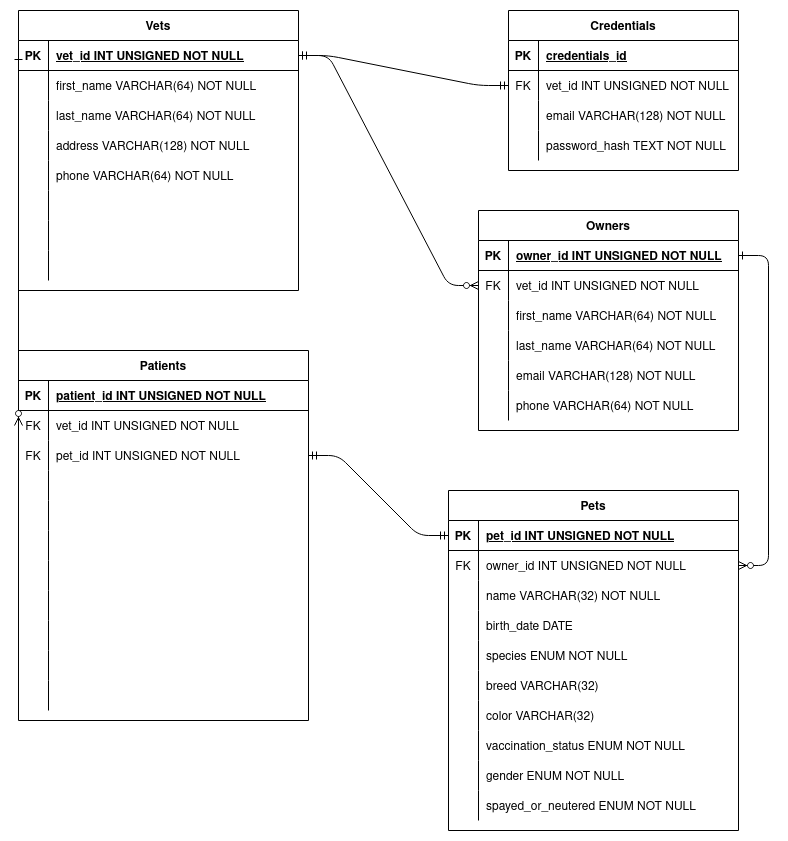
Before: vetter-entity-relationship-diagram.drawio.png, a diagram exported from draw.io (rafaelalma/vetter-client). Source tidied: cells renumbered, new cells last; positions are measured from the earlier drawing's top-left corner, leaving out a move shared by most shapes.
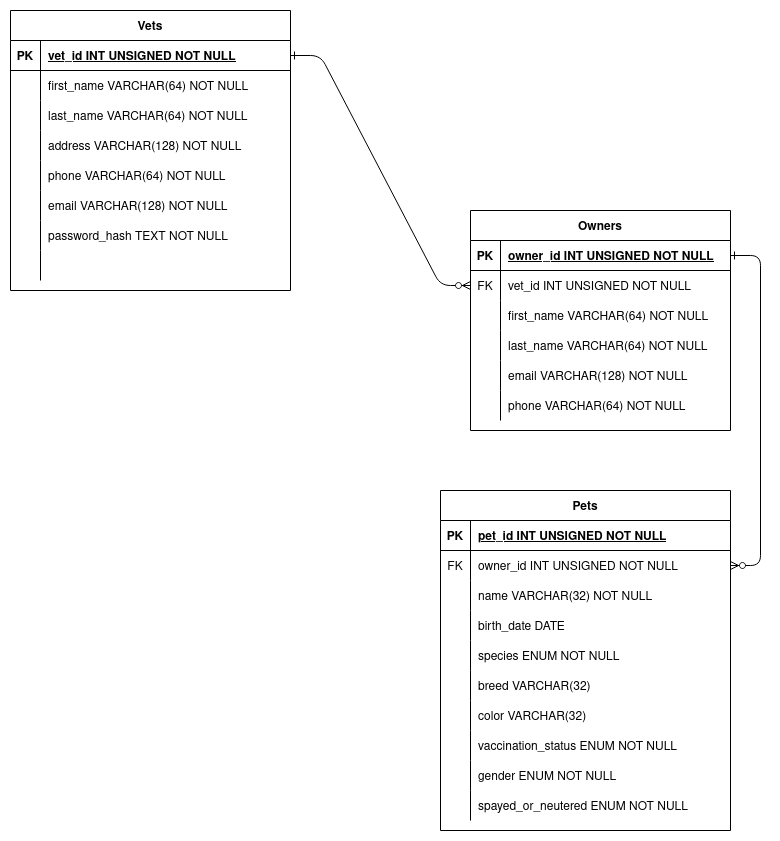
Above is the later version.

Commit message:
Modify Entity Relationship Diagram image

Change to the diagram source:
```diff
@@ -212,7 +212,7 @@
     <mxCell id="71" style="shape=partialRectangle;overflow=hidden;fillColor=none;top=0;left=0;bottom=0;right=0;" parent="70" vertex="1">
       <mxGeometry width="30" height="30" as="geometry" />
     </mxCell>
-    <mxCell id="72" style="shape=partialRectangle;overflow=hidden;fillColor=none;top=0;left=0;bottom=0;right=0;align=left;spacingLeft=6;" parent="70" vertex="1">
+    <mxCell id="72" value="email VARCHAR(128) NOT NULL" style="shape=partialRectangle;overflow=hidden;fillColor=none;top=0;left=0;bottom=0;right=0;align=left;spacingLeft=6;" parent="70" vertex="1">
       <mxGeometry x="30" width="250" height="30" as="geometry" />
     </mxCell>
     <mxCell id="73" style="shape=partialRectangle;fillColor=none;top=0;left=0;right=0;bottom=0;" parent="54" vertex="1">
@@ -221,7 +221,7 @@
     <mxCell id="74" style="shape=partialRectangle;overflow=hidden;fillColor=none;top=0;left=0;bottom=0;right=0;" parent="73" vertex="1">
       <mxGeometry width="30" height="30" as="geometry" />
     </mxCell>
-    <mxCell id="75" style="shape=partialRectangle;overflow=hidden;fillColor=none;top=0;left=0;bottom=0;right=0;align=left;spacingLeft=6;" parent="73" vertex="1">
+    <mxCell id="75" value="password_hash TEXT NOT NULL" style="shape=partialRectangle;overflow=hidden;fillColor=none;top=0;left=0;bottom=0;right=0;align=left;spacingLeft=6;" parent="73" vertex="1">
       <mxGeometry x="30" width="250" height="30" as="geometry" />
     </mxCell>
     <mxCell id="76" style="shape=partialRectangle;fillColor=none;top=0;left=0;right=0;bottom=0;" parent="54" vertex="1">
@@ -233,155 +233,5 @@
     <mxCell id="78" style="shape=partialRectangle;overflow=hidden;fillColor=none;top=0;left=0;bottom=0;right=0;align=left;spacingLeft=6;" parent="76" vertex="1">
       <mxGeometry x="30" width="250" height="30" as="geometry" />
     </mxCell>
-    <mxCell id="79" value="Patients" style="shape=table;startSize=30;rowLines=0;fontStyle=1;align=center;" parent="1" vertex="1">
-      <mxGeometry y="340" width="290" height="370" as="geometry" />
-    </mxCell>
-    <mxCell id="80" style="shape=partialRectangle;fillColor=none;top=0;left=0;right=0;bottom=1;" parent="79" vertex="1">
-      <mxGeometry y="30" width="290" height="30" as="geometry" />
-    </mxCell>
-    <mxCell id="81" value="PK" style="shape=partialRectangle;overflow=hidden;fillColor=none;top=0;left=0;bottom=0;right=0;fontStyle=1;" parent="80" vertex="1">
-      <mxGeometry width="30" height="30" as="geometry" />
-    </mxCell>
-    <mxCell id="82" value="patient_id INT UNSIGNED NOT NULL" style="shape=partialRectangle;overflow=hidden;fillColor=none;top=0;left=0;bottom=0;right=0;align=left;spacingLeft=6;fontStyle=5;" parent="80" vertex="1">
-      <mxGeometry x="30" width="260" height="30" as="geometry" />
-    </mxCell>
-    <mxCell id="83" style="shape=partialRectangle;fillColor=none;points=[[0,0.5],[1,0.5]];portConstraint=eastwest;top=0;left=0;right=0;bottom=0;" parent="79" vertex="1">
-      <mxGeometry y="60" width="290" height="30" as="geometry" />
-    </mxCell>
-    <mxCell id="84" value="FK" style="shape=partialRectangle;overflow=hidden;fillColor=none;top=0;left=0;bottom=0;right=0;" parent="83" vertex="1">
-      <mxGeometry width="30" height="30" as="geometry" />
-    </mxCell>
-    <mxCell id="85" value="vet_id INT UNSIGNED NOT NULL" style="shape=partialRectangle;overflow=hidden;fillColor=none;top=0;left=0;bottom=0;right=0;align=left;spacingLeft=6;" parent="83" vertex="1">
-      <mxGeometry x="30" width="260" height="30" as="geometry" />
-    </mxCell>
-    <mxCell id="86" style="shape=partialRectangle;fillColor=none;points=[[0,0.5],[1,0.5]];portConstraint=eastwest;top=0;left=0;right=0;bottom=0;" parent="79" vertex="1">
-      <mxGeometry y="90" width="290" height="30" as="geometry" />
-    </mxCell>
-    <mxCell id="87" value="FK" style="shape=partialRectangle;overflow=hidden;fillColor=none;top=0;left=0;bottom=0;right=0;" parent="86" vertex="1">
-      <mxGeometry width="30" height="30" as="geometry" />
-    </mxCell>
-    <mxCell id="88" value="pet_id INT UNSIGNED NOT NULL" style="shape=partialRectangle;overflow=hidden;fillColor=none;top=0;left=0;bottom=0;right=0;align=left;spacingLeft=6;" parent="86" vertex="1">
-      <mxGeometry x="30" width="260" height="30" as="geometry" />
-    </mxCell>
-    <mxCell id="89" style="shape=partialRectangle;fillColor=none;top=0;left=0;right=0;bottom=0;" parent="79" vertex="1">
-      <mxGeometry y="120" width="290" height="30" as="geometry" />
-    </mxCell>
-    <mxCell id="90" style="shape=partialRectangle;overflow=hidden;fillColor=none;top=0;left=0;bottom=0;right=0;" parent="89" vertex="1">
-      <mxGeometry width="30" height="30" as="geometry" />
-    </mxCell>
-    <mxCell id="91" style="shape=partialRectangle;overflow=hidden;fillColor=none;top=0;left=0;bottom=0;right=0;align=left;spacingLeft=6;" parent="89" vertex="1">
-      <mxGeometry x="30" width="260" height="30" as="geometry" />
-    </mxCell>
-    <mxCell id="92" style="shape=partialRectangle;fillColor=none;top=0;left=0;right=0;bottom=0;" parent="79" vertex="1">
-      <mxGeometry y="150" width="290" height="30" as="geometry" />
-    </mxCell>
-    <mxCell id="93" style="shape=partialRectangle;overflow=hidden;fillColor=none;top=0;left=0;bottom=0;right=0;" parent="92" vertex="1">
-      <mxGeometry width="30" height="30" as="geometry" />
-    </mxCell>
-    <mxCell id="94" style="shape=partialRectangle;overflow=hidden;fillColor=none;top=0;left=0;bottom=0;right=0;align=left;spacingLeft=6;" parent="92" vertex="1">
-      <mxGeometry x="30" width="260" height="30" as="geometry" />
-    </mxCell>
-    <mxCell id="95" style="shape=partialRectangle;fillColor=none;top=0;left=0;right=0;bottom=0;" parent="79" vertex="1">
-      <mxGeometry y="180" width="290" height="30" as="geometry" />
-    </mxCell>
-    <mxCell id="96" style="shape=partialRectangle;overflow=hidden;fillColor=none;top=0;left=0;bottom=0;right=0;" parent="95" vertex="1">
-      <mxGeometry width="30" height="30" as="geometry" />
-    </mxCell>
-    <mxCell id="97" style="shape=partialRectangle;overflow=hidden;fillColor=none;top=0;left=0;bottom=0;right=0;align=left;spacingLeft=6;" parent="95" vertex="1">
-      <mxGeometry x="30" width="260" height="30" as="geometry" />
-    </mxCell>
-    <mxCell id="98" style="shape=partialRectangle;fillColor=none;top=0;left=0;right=0;bottom=0;" parent="79" vertex="1">
-      <mxGeometry y="210" width="290" height="30" as="geometry" />
-    </mxCell>
-    <mxCell id="99" style="shape=partialRectangle;overflow=hidden;fillColor=none;top=0;left=0;bottom=0;right=0;" parent="98" vertex="1">
-      <mxGeometry width="30" height="30" as="geometry" />
-    </mxCell>
-    <mxCell id="100" style="shape=partialRectangle;overflow=hidden;fillColor=none;top=0;left=0;bottom=0;right=0;align=left;spacingLeft=6;" parent="98" vertex="1">
-      <mxGeometry x="30" width="260" height="30" as="geometry" />
-    </mxCell>
-    <mxCell id="101" style="shape=partialRectangle;fillColor=none;top=0;left=0;right=0;bottom=0;" parent="79" vertex="1">
-      <mxGeometry y="240" width="290" height="30" as="geometry" />
-    </mxCell>
-    <mxCell id="102" style="shape=partialRectangle;overflow=hidden;fillColor=none;top=0;left=0;bottom=0;right=0;" parent="101" vertex="1">
-      <mxGeometry width="30" height="30" as="geometry" />
-    </mxCell>
-    <mxCell id="103" style="shape=partialRectangle;overflow=hidden;fillColor=none;top=0;left=0;bottom=0;right=0;align=left;spacingLeft=6;" parent="101" vertex="1">
-      <mxGeometry x="30" width="260" height="30" as="geometry" />
-    </mxCell>
-    <mxCell id="104" style="shape=partialRectangle;fillColor=none;top=0;left=0;right=0;bottom=0;" parent="79" vertex="1">
-      <mxGeometry y="270" width="290" height="30" as="geometry" />
-    </mxCell>
-    <mxCell id="105" style="shape=partialRectangle;overflow=hidden;fillColor=none;top=0;left=0;bottom=0;right=0;" parent="104" vertex="1">
-      <mxGeometry width="30" height="30" as="geometry" />
-    </mxCell>
-    <mxCell id="106" style="shape=partialRectangle;overflow=hidden;fillColor=none;top=0;left=0;bottom=0;right=0;align=left;spacingLeft=6;" parent="104" vertex="1">
-      <mxGeometry x="30" width="260" height="30" as="geometry" />
-    </mxCell>
-    <mxCell id="107" style="shape=partialRectangle;fillColor=none;top=0;left=0;right=0;bottom=0;" parent="79" vertex="1">
-      <mxGeometry y="300" width="290" height="30" as="geometry" />
-    </mxCell>
-    <mxCell id="108" style="shape=partialRectangle;overflow=hidden;fillColor=none;top=0;left=0;bottom=0;right=0;" parent="107" vertex="1">
-      <mxGeometry width="30" height="30" as="geometry" />
-    </mxCell>
-    <mxCell id="109" style="shape=partialRectangle;overflow=hidden;fillColor=none;top=0;left=0;bottom=0;right=0;align=left;spacingLeft=6;" parent="107" vertex="1">
-      <mxGeometry x="30" width="260" height="30" as="geometry" />
-    </mxCell>
-    <mxCell id="110" style="shape=partialRectangle;fillColor=none;top=0;left=0;right=0;bottom=0;" parent="79" vertex="1">
-      <mxGeometry y="330" width="290" height="30" as="geometry" />
-    </mxCell>
-    <mxCell id="111" style="shape=partialRectangle;overflow=hidden;fillColor=none;top=0;left=0;bottom=0;right=0;" parent="110" vertex="1">
-      <mxGeometry width="30" height="30" as="geometry" />
-    </mxCell>
-    <mxCell id="112" style="shape=partialRectangle;overflow=hidden;fillColor=none;top=0;left=0;bottom=0;right=0;align=left;spacingLeft=6;" parent="110" vertex="1">
-      <mxGeometry x="30" width="260" height="30" as="geometry" />
-    </mxCell>
-    <mxCell id="113" style="fontSize=12;html=1;endArrow=ERmandOne;startArrow=ERmandOne;rounded=1;exitX=1;exitY=0.5;exitDx=0;exitDy=0;entryX=0;entryY=0.5;entryDx=0;entryDy=0;edgeStyle=entityRelationEdgeStyle;" parent="1" edge="1" source="86" target="24">
-      <mxGeometry relative="1" as="geometry" />
-    </mxCell>
-    <mxCell id="114" value="Credentials" style="shape=table;startSize=30;rowLines=0;fontStyle=1;align=center;" parent="1" vertex="1">
-      <mxGeometry x="490" width="230" height="160" as="geometry" />
-    </mxCell>
-    <mxCell id="115" style="shape=partialRectangle;fillColor=none;top=0;left=0;bottom=1;right=0;" parent="114" vertex="1">
-      <mxGeometry y="30" width="230" height="30" as="geometry" />
-    </mxCell>
-    <mxCell id="116" value="PK" style="shape=partialRectangle;fillColor=none;top=0;left=0;bottom=0;right=0;fontStyle=1;overflow=hidden;" parent="115" vertex="1">
-      <mxGeometry width="30" height="30" as="geometry" />
-    </mxCell>
-    <mxCell id="117" value="credentials_id" style="shape=partialRectangle;fillColor=none;top=0;left=0;bottom=0;right=0;align=left;spacingLeft=6;fontStyle=5;overflow=hidden;" parent="115" vertex="1">
-      <mxGeometry x="30" width="200" height="30" as="geometry" />
-    </mxCell>
-    <mxCell id="118" style="shape=partialRectangle;fillColor=none;top=0;left=0;bottom=0;right=0;points=[[0,0.5],[1,0.5]];portConstraint=eastwest;" parent="114" vertex="1">
-      <mxGeometry y="60" width="230" height="30" as="geometry" />
-    </mxCell>
-    <mxCell id="119" value="FK" style="shape=partialRectangle;fillColor=none;top=0;left=0;bottom=0;right=0;overflow=hidden;" parent="118" vertex="1">
-      <mxGeometry width="30" height="30" as="geometry" />
-    </mxCell>
-    <mxCell id="120" value="vet_id INT UNSIGNED NOT NULL" style="shape=partialRectangle;fillColor=none;top=0;left=0;bottom=0;right=0;align=left;spacingLeft=6;overflow=hidden;" parent="118" vertex="1">
-      <mxGeometry x="30" width="200" height="30" as="geometry" />
-    </mxCell>
-    <mxCell id="121" style="shape=partialRectangle;fillColor=none;top=0;left=0;bottom=0;right=0;" parent="114" vertex="1">
-      <mxGeometry y="90" width="230" height="30" as="geometry" />
-    </mxCell>
-    <mxCell id="122" style="shape=partialRectangle;fillColor=none;top=0;left=0;bottom=0;right=0;overflow=hidden;" parent="121" vertex="1">
-      <mxGeometry width="30" height="30" as="geometry" />
-    </mxCell>
-    <mxCell id="123" value="email VARCHAR(128) NOT NULL" style="shape=partialRectangle;fillColor=none;top=0;left=0;bottom=0;right=0;align=left;spacingLeft=6;overflow=hidden;" parent="121" vertex="1">
-      <mxGeometry x="30" width="200" height="30" as="geometry" />
-    </mxCell>
-    <mxCell id="124" style="shape=partialRectangle;fillColor=none;top=0;left=0;bottom=0;right=0;" parent="114" vertex="1">
-      <mxGeometry y="120" width="230" height="30" as="geometry" />
-    </mxCell>
-    <mxCell id="125" style="shape=partialRectangle;fillColor=none;top=0;left=0;bottom=0;right=0;overflow=hidden;" parent="124" vertex="1">
-      <mxGeometry width="30" height="30" as="geometry" />
-    </mxCell>
-    <mxCell id="126" value="password_hash TEXT NOT NULL" style="shape=partialRectangle;fillColor=none;top=0;left=0;bottom=0;right=0;align=left;spacingLeft=6;overflow=hidden;" parent="124" vertex="1">
-      <mxGeometry x="30" width="200" height="30" as="geometry" />
-    </mxCell>
-    <mxCell id="127" style="endArrow=ERzeroToMany;startArrow=ERone;endFill=1;startFill=0;exitX=0;exitY=0.5;exitDx=0;exitDy=0;elbow=vertical;entryX=0;entryY=0.5;entryDx=0;entryDy=0;" parent="1" edge="1" source="55" target="83">
-      <mxGeometry relative="1" as="geometry" />
-    </mxCell>
-    <mxCell id="128" style="fontSize=12;html=1;endArrow=ERmandOne;startArrow=ERmandOne;rounded=1;exitX=1;exitY=0.5;exitDx=0;exitDy=0;entryX=0;entryY=0.5;entryDx=0;entryDy=0;edgeStyle=entityRelationEdgeStyle;" parent="1" edge="1" source="55" target="118">
-      <mxGeometry relative="1" as="geometry" />
-    </mxCell>
   </root>
 </mxGraphModel>
```
